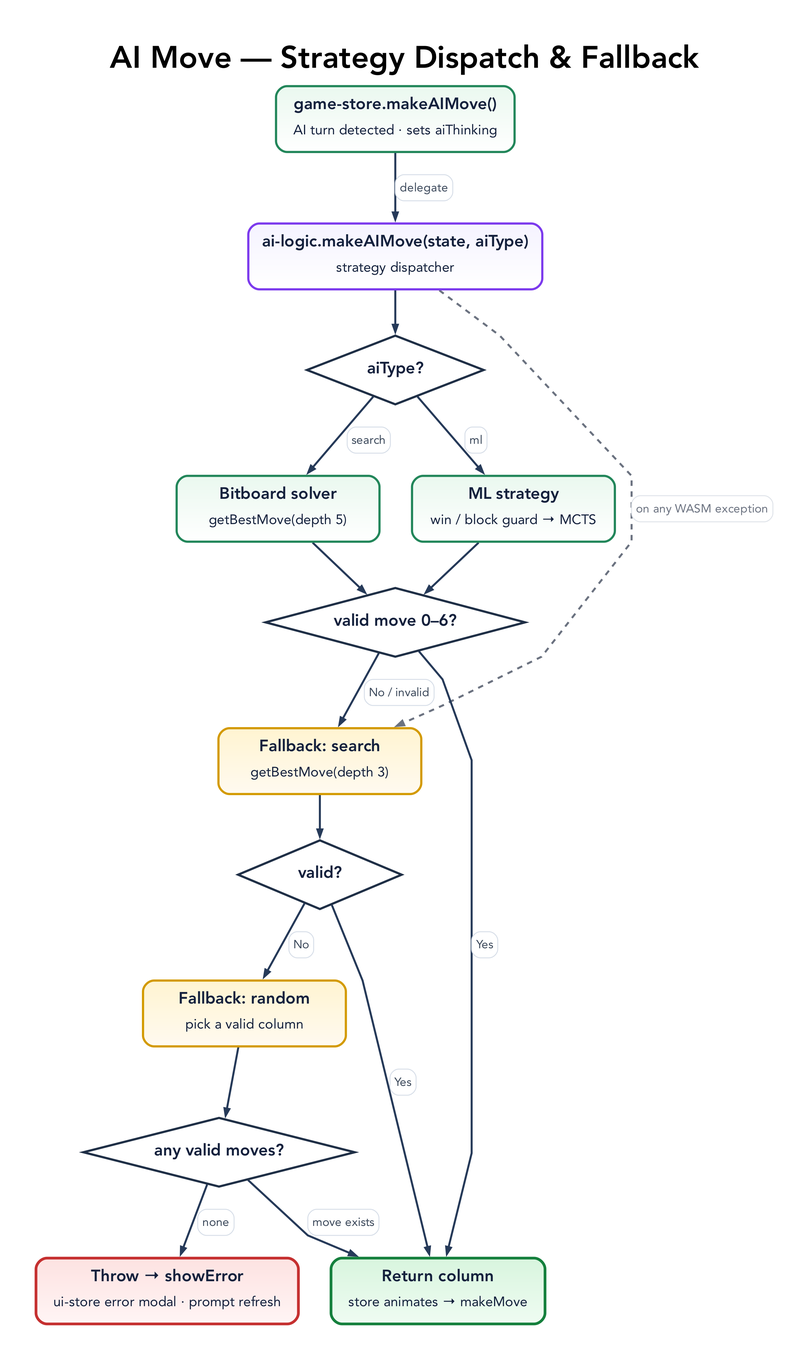
Before: docs/diagrams/ai-move-flow.png, a diagram exported from Graphviz (tre-systems/rowspire). Its source is kept beside it as docs/diagrams/ai-move-flow.dot.
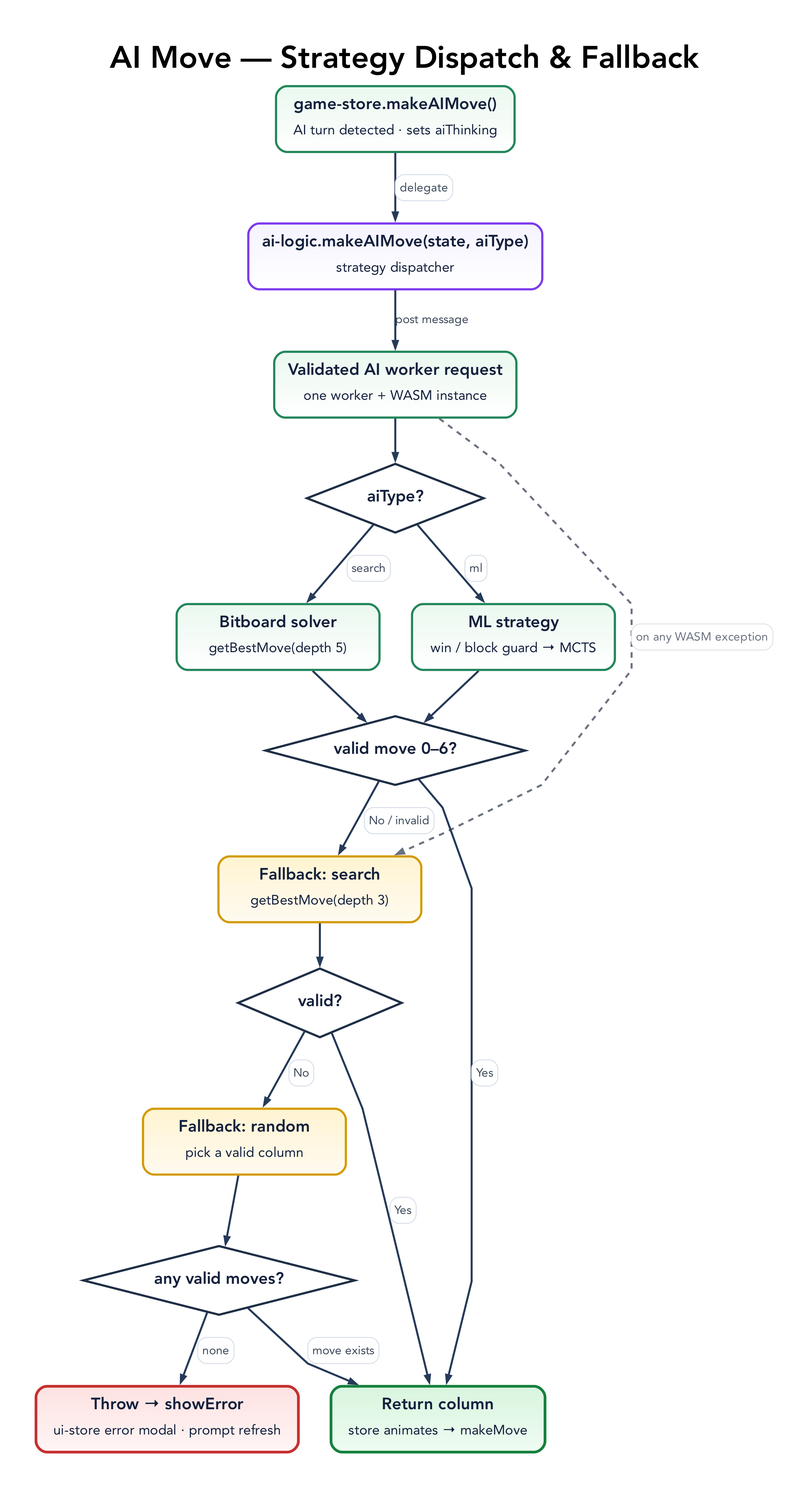
After the commit.

The edit, as a diff of the source:
```diff
@@ -47,6 +47,7 @@
 
   A [label=<<TABLE BORDER="0" CELLBORDER="0" CELLSPACING="0" CELLPADDING="0"><TR><TD><B>game-store.makeAIMove()</B></TD></TR><TR><TD CELLPADDING="4"><FONT POINT-SIZE="15">AI turn detected &middot; sets aiThinking</FONT></TD></TR></TABLE>>, fillcolor="#eaf8ef:#ffffff", color="#22865a"];
   B [label=<<TABLE BORDER="0" CELLBORDER="0" CELLSPACING="0" CELLPADDING="0"><TR><TD><B>ai-logic.makeAIMove(state, aiType)</B></TD></TR><TR><TD CELLPADDING="4"><FONT POINT-SIZE="15">strategy dispatcher</FONT></TD></TR></TABLE>>, fillcolor="#f5f3ff:#ffffff", color="#7c3aed"];
+  W [label=<<TABLE BORDER="0" CELLBORDER="0" CELLSPACING="0" CELLPADDING="0"><TR><TD><B>Validated AI worker request</B></TD></TR><TR><TD CELLPADDING="4"><FONT POINT-SIZE="15">one worker + WASM instance</FONT></TD></TR></TABLE>>, fillcolor="#eaf8ef:#ffffff", color="#22865a"];
 
   D1 [label=<<B>aiType?</B>>, shape=diamond, style=filled, width=2.7, height=1.05, fillcolor="#ffffff", color="#1f2f46", penwidth=2.4];
 
@@ -64,14 +65,15 @@
   ERR [label=<<TABLE BORDER="0" CELLBORDER="0" CELLSPACING="0" CELLPADDING="0"><TR><TD><B>Throw &rarr; showError</B></TD></TR><TR><TD CELLPADDING="4"><FONT POINT-SIZE="15">ui-store error modal &middot; prompt refresh</FONT></TD></TR></TABLE>>, fillcolor="#fde2e1:#fff5f5", color="#c53030", penwidth=3.0];
 
   A -> B [label=<<TABLE BORDER="1" CELLBORDER="0" STYLE="ROUNDED" COLOR="#d7dee8" BGCOLOR="#ffffff" CELLSPACING="0" CELLPADDING="4"><TR><TD><FONT POINT-SIZE="13" COLOR="#3d4a5c">delegate</FONT></TD></TR></TABLE>>];
-  B -> D1;
+  B -> W [label="post message"];
+  W -> D1;
   D1 -> C1 [label=<<TABLE BORDER="1" CELLBORDER="0" STYLE="ROUNDED" COLOR="#d7dee8" BGCOLOR="#ffffff" CELLSPACING="0" CELLPADDING="4"><TR><TD><FONT POINT-SIZE="13" COLOR="#3d4a5c">search</FONT></TD></TR></TABLE>>];
   D1 -> C2 [label=<<TABLE BORDER="1" CELLBORDER="0" STYLE="ROUNDED" COLOR="#d7dee8" BGCOLOR="#ffffff" CELLSPACING="0" CELLPADDING="4"><TR><TD><FONT POINT-SIZE="13" COLOR="#3d4a5c">ml</FONT></TD></TR></TABLE>>];
   C1 -> D2;
   C2 -> D2;
   D2 -> OK [label=<<TABLE BORDER="1" CELLBORDER="0" STYLE="ROUNDED" COLOR="#d7dee8" BGCOLOR="#ffffff" CELLSPACING="0" CELLPADDING="4"><TR><TD><FONT POINT-SIZE="13" COLOR="#3d4a5c">Yes</FONT></TD></TR></TABLE>>];
   D2 -> F1 [label=<<TABLE BORDER="1" CELLBORDER="0" STYLE="ROUNDED" COLOR="#d7dee8" BGCOLOR="#ffffff" CELLSPACING="0" CELLPADDING="4"><TR><TD><FONT POINT-SIZE="13" COLOR="#3d4a5c">No / invalid</FONT></TD></TR></TABLE>>];
-  B -> F1 [label=<<TABLE BORDER="1" CELLBORDER="0" STYLE="ROUNDED" COLOR="#dfe3e9" BGCOLOR="#ffffff" CELLSPACING="0" CELLPADDING="4"><TR><TD><FONT POINT-SIZE="13" COLOR="#6b7280">on any WASM exception</FONT></TD></TR></TABLE>>, style=dashed, color="#6b7280", fontcolor="#6b7280", constraint=false];
+  W -> F1 [label=<<TABLE BORDER="1" CELLBORDER="0" STYLE="ROUNDED" COLOR="#dfe3e9" BGCOLOR="#ffffff" CELLSPACING="0" CELLPADDING="4"><TR><TD><FONT POINT-SIZE="13" COLOR="#6b7280">on any WASM exception</FONT></TD></TR></TABLE>>, style=dashed, color="#6b7280", fontcolor="#6b7280", constraint=false];
   F1 -> D3;
   D3 -> OK [label=<<TABLE BORDER="1" CELLBORDER="0" STYLE="ROUNDED" COLOR="#d7dee8" BGCOLOR="#ffffff" CELLSPACING="0" CELLPADDING="4"><TR><TD><FONT POINT-SIZE="13" COLOR="#3d4a5c">Yes</FONT></TD></TR></TABLE>>];
   D3 -> F2 [label=<<TABLE BORDER="1" CELLBORDER="0" STYLE="ROUNDED" COLOR="#d7dee8" BGCOLOR="#ffffff" CELLSPACING="0" CELLPADDING="4"><TR><TD><FONT POINT-SIZE="13" COLOR="#3d4a5c">No</FONT></TD></TR></TABLE>>];
```
